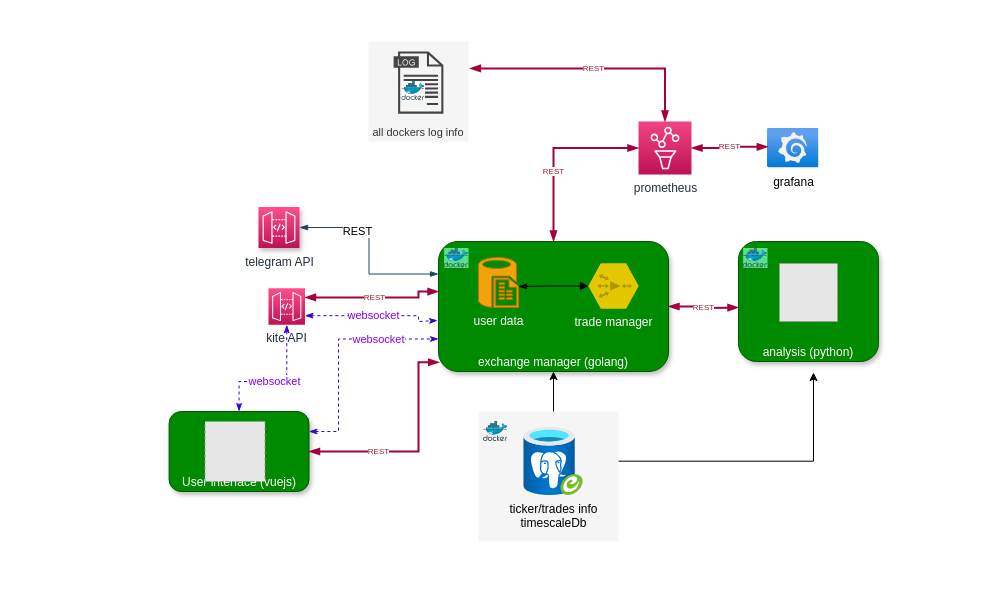
p4r4g/algotrading-arch-doc keeps this draw.io diagram as Sys Arch - APIs.drawio. Above is the earlier version. Source tidied: cells renumbered, new cells numbered last; positions are measured from the earlier drawing's top-left corner, leaving out a move shared by most shapes. Both pictures are drawn from the tidied source at 100%, with x=0, y=0 at pixel (169, 41). Pictures stored in the file or linked from it are replaced by grey dashed boxes.
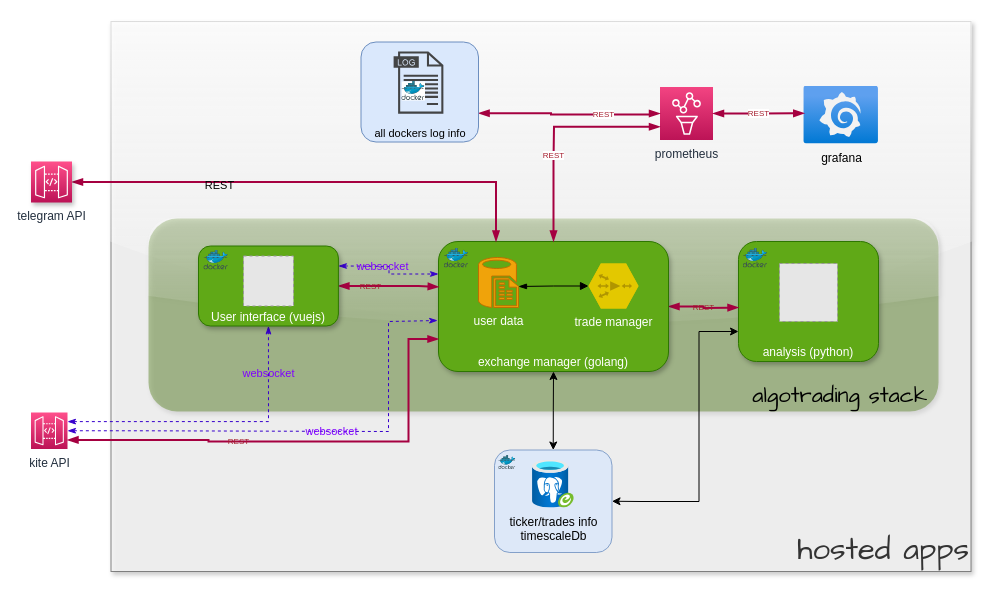
Above is the later version.

Diff of the diagram source:
```diff
@@
-    <mxCell id="2" value="User interface (vuejs)" style="rounded=1;whiteSpace=wrap;html=1;verticalAlign=bottom;strokeColor=#005700;fillColor=#008a00;fontColor=#ffffff;shadow=1;" parent="1" vertex="1">
-      <mxGeometry x="-0.4" y="370" width="139.9" height="80" as="geometry" />
-    </mxCell>
+    <mxCell id="38" value="hosted apps" style="rounded=0;whiteSpace=wrap;html=1;shadow=1;glass=1;sketch=0;strokeColor=#666666;fontFamily=Architects Daughter;fontSize=31;fontColor=#333333;fillColor=#f5f5f5;opacity=80;verticalAlign=bottom;align=right;" parent="1" vertex="1">
+      <mxGeometry x="-58.5" y="-20" width="860" height="550" as="geometry" />
+    </mxCell>
+    <mxCell id="39" value="algotrading stack&amp;nbsp; " style="rounded=1;whiteSpace=wrap;html=1;shadow=1;glass=1;sketch=0;strokeColor=none;fillColor=#4D7C0F;fontColor=default;align=right;verticalAlign=bottom;fontFamily=Architects Daughter;fontSize=22;gradientColor=none;opacity=40;" parent="1" vertex="1">
+      <mxGeometry x="-21" y="177" width="790" height="193" as="geometry" />
+    </mxCell>
-    <mxCell id="3" value="analysis (python)" style="rounded=1;whiteSpace=wrap;html=1;verticalAlign=bottom;strokeColor=#005700;fillColor=#008a00;fontColor=#ffffff;shadow=1;" parent="1" vertex="1">
+    <mxCell id="3" value="analysis (python)" style="rounded=1;whiteSpace=wrap;html=1;verticalAlign=bottom;strokeColor=#2D7600;fillColor=#60a917;shadow=1;fontColor=#ffffff;" parent="1" vertex="1">
       <mxGeometry x="569" y="200" width="140" height="120" as="geometry" />
     </mxCell>
@@
-    <mxCell id="5" value="REST" style="edgeStyle=orthogonalEdgeStyle;rounded=0;jettySize=auto;html=1;entryX=0;entryY=0.5;entryDx=0;entryDy=0;startArrow=blockThin;startFill=1;fillColor=#d80073;strokeColor=#A50040;strokeWidth=2;fontSize=8;fontColor=#a51d2d;endArrow=blockThin;endFill=1;" parent="1" edge="1" source="6">
+    <mxCell id="5" value="REST" style="edgeStyle=orthogonalEdgeStyle;rounded=0;jettySize=auto;html=1;entryX=0;entryY=0.5;entryDx=0;entryDy=0;startArrow=blockThin;startFill=1;fillColor=#d80073;strokeColor=#A50040;strokeWidth=2;fontSize=8;fontColor=#a51d2d;endArrow=blockThin;endFill=1;labelBackgroundColor=none;" parent="1" edge="1" source="6">
       <mxGeometry relative="1" as="geometry">
         <mxPoint x="569" y="266" as="targetPoint" />
       </mxGeometry>
     </mxCell>
-    <mxCell id="6" value="exchange manager (golang)" style="rounded=1;whiteSpace=wrap;html=1;fillColor=#008a00;strokeColor=#005700;verticalAlign=bottom;fontColor=#ffffff;glass=0;shadow=1;" parent="1" vertex="1">
+    <mxCell id="6" value="exchange manager (golang)" style="rounded=1;whiteSpace=wrap;html=1;fillColor=#60a917;strokeColor=#2D7600;verticalAlign=bottom;glass=0;shadow=1;fontColor=#ffffff;" parent="1" vertex="1">
       <mxGeometry x="269" y="200" width="230" height="130" as="geometry" />
     </mxCell>
-    <mxCell id="7" value="websocket" style="edgeStyle=orthogonalEdgeStyle;rounded=0;jettySize=auto;html=1;exitX=0.5;exitY=1;exitDx=0;exitDy=0;exitPerimeter=0;startArrow=classicThin;startFill=1;fillColor=#6a00ff;strokeColor=#3700CC;strokeWidth=1;endArrow=classicThin;endFill=1;fontColor=#7F00FF;entryX=0.5;entryY=0;entryDx=0;entryDy=0;dashed=1;" parent="1" edge="1" source="8" target="2">
-      <mxGeometry x="0.02" relative="1" as="geometry">
+    <mxCell id="7" value="websocket" style="edgeStyle=orthogonalEdgeStyle;rounded=0;jettySize=auto;html=1;exitX=1;exitY=0.25;exitDx=0;exitDy=0;exitPerimeter=0;startArrow=classicThin;startFill=1;fillColor=#6a00ff;strokeColor=#3700CC;strokeWidth=1;endArrow=classicThin;endFill=1;fontColor=#7F00FF;entryX=0.5;entryY=1;entryDx=0;entryDy=0;dashed=1;labelBackgroundColor=none;" parent="1" edge="1" source="8" target="2">
+      <mxGeometry x="0.68" relative="1" as="geometry">
         <Array as="points">
-          <mxPoint x="117" y="340" />
-          <mxPoint x="69" y="340" />
-          <mxPoint x="69" y="370" />
+          <mxPoint x="99" y="380" />
         </Array>
       </mxGeometry>
     </mxCell>
     <mxCell id="8" value="kite API" style="sketch=0;points=[[0,0,0],[0.25,0,0],[0.5,0,0],[0.75,0,0],[1,0,0],[0,1,0],[0.25,1,0],[0.5,1,0],[0.75,1,0],[1,1,0],[0,0.25,0],[0,0.5,0],[0,0.75,0],[1,0.25,0],[1,0.5,0],[1,0.75,0]];outlineConnect=0;fontColor=#232F3E;gradientColor=#FF4F8B;gradientDirection=north;fillColor=#BC1356;strokeColor=#ffffff;dashed=0;verticalLabelPosition=bottom;verticalAlign=top;align=center;html=1;fontSize=12;fontStyle=0;shape=mxgraph.aws4.resourceIcon;resIcon=mxgraph.aws4.api_gateway;" parent="1" vertex="1">
-      <mxGeometry x="99" y="246.8" width="36.5" height="36.5" as="geometry" />
+      <mxGeometry x="-138.5" y="371" width="36.5" height="36.5" as="geometry" />
     </mxCell>
@@
-    <mxCell id="10" value="grafana" style="html=1;points=[];align=center;image;fontSize=12;image=img/lib/azure2/other/Grafana.svg;" parent="1" vertex="1">
-      <mxGeometry x="598" y="86.5" width="51.5" height="40" as="geometry" />
+    <mxCell id="10" value="grafana" style="html=1;points=[];align=center;image;fontSize=12;image=img/lib/azure2/other/Grafana.svg;labelBackgroundColor=none;" parent="1" vertex="1">
+      <mxGeometry x="634.3" y="44.5" width="74.7" height="58" as="geometry" />
     </mxCell>
     <mxCell id="11" value="prometheus" style="sketch=0;points=[[0,0,0],[0.25,0,0],[0.5,0,0],[0.75,0,0],[1,0,0],[0,1,0],[0.25,1,0],[0.5,1,0],[0.75,1,0],[1,1,0],[0,0.25,0],[0,0.5,0],[0,0.75,0],[1,0.25,0],[1,0.5,0],[1,0.75,0]];points=[[0,0,0],[0.25,0,0],[0.5,0,0],[0.75,0,0],[1,0,0],[0,1,0],[0.25,1,0],[0.5,1,0],[0.75,1,0],[1,1,0],[0,0.25,0],[0,0.5,0],[0,0.75,0],[1,0.25,0],[1,0.5,0],[1,0.75,0]];outlineConnect=0;fontColor=#232F3E;gradientColor=#F34482;gradientDirection=north;fillColor=#BC1356;strokeColor=#ffffff;dashed=0;verticalLabelPosition=bottom;verticalAlign=top;align=center;html=1;fontSize=12;fontStyle=0;shape=mxgraph.aws4.resourceIcon;resIcon=mxgraph.aws4.managed_service_for_prometheus;" parent="1" vertex="1">
-      <mxGeometry x="469" y="80" width="53" height="53" as="geometry" />
+      <mxGeometry x="490.5" y="45.5" width="53" height="53" as="geometry" />
     </mxCell>
-    <mxCell id="12" style="edgeStyle=orthogonalEdgeStyle;rounded=0;jettySize=auto;html=1;entryX=0.5;entryY=1;entryDx=0;entryDy=0;startArrow=classic;startFill=1;" parent="1" edge="1" source="23" target="6">
+    <mxCell id="12" style="edgeStyle=orthogonalEdgeStyle;rounded=0;jettySize=auto;html=1;entryX=0.5;entryY=1;entryDx=0;entryDy=0;startArrow=classic;startFill=1;exitX=0.5;exitY=0;exitDx=0;exitDy=0;" parent="1" edge="1" source="22" target="6">
       <mxGeometry relative="1" as="geometry" />
     </mxCell>
-    <mxCell id="13" style="edgeStyle=orthogonalEdgeStyle;rounded=0;jettySize=auto;html=1;entryX=1.033;entryY=0.495;entryDx=0;entryDy=0;entryPerimeter=0;startArrow=classic;startFill=1;exitX=0.5;exitY=1;exitDx=0;exitDy=0;" parent="1" edge="1" target="23">
+    <mxCell id="13" style="edgeStyle=orthogonalEdgeStyle;rounded=0;jettySize=auto;html=1;entryX=1;entryY=0.5;entryDx=0;entryDy=0;startArrow=classic;startFill=1;exitX=0;exitY=0.75;exitDx=0;exitDy=0;" parent="1" edge="1" source="3" target="22">
       <mxGeometry relative="1" as="geometry">
-        <mxPoint x="644" y="331" as="sourcePoint" />
         <Array as="points">
-          <mxPoint x="644" y="420" />
+          <mxPoint x="529.5" y="290" />
+          <mxPoint x="529.5" y="460" />
+          <mxPoint x="471.5" y="460" />
+          <mxPoint x="471.5" y="459" />
         </Array>
       </mxGeometry>
     </mxCell>
-    <mxCell id="14" value="REST" style="edgeStyle=orthogonalEdgeStyle;rounded=0;jettySize=auto;html=1;entryX=0;entryY=0.5;entryDx=0;entryDy=0;startArrow=blockThin;startFill=1;fillColor=#d80073;strokeColor=#A50040;strokeWidth=2;fontSize=8;fontColor=#a51d2d;exitX=0.5;exitY=0;exitDx=0;exitDy=0;entryPerimeter=0;endArrow=blockThin;endFill=1;" parent="1" edge="1" source="6" target="11">
-      <mxGeometry x="-0.22" relative="1" as="geometry" />
+    <mxCell id="14" value="REST" style="edgeStyle=orthogonalEdgeStyle;rounded=0;jettySize=auto;html=1;entryX=0;entryY=0.75;entryDx=0;entryDy=0;startArrow=blockThin;startFill=1;fillColor=#d80073;strokeColor=#A50040;strokeWidth=2;fontSize=8;fontColor=#a51d2d;exitX=0.5;exitY=0;exitDx=0;exitDy=0;entryPerimeter=0;endArrow=blockThin;endFill=1;" parent="1" edge="1" source="6" target="11">
+      <mxGeometry x="-0.22" relative="1" as="geometry">
+        <Array as="points">
+          <mxPoint x="384.5" y="120" />
+          <mxPoint x="384.5" y="120" />
+          <mxPoint x="384.5" y="85" />
+        </Array>
+      </mxGeometry>
     </mxCell>
@@
-    <mxCell id="16" value="REST" style="edgeStyle=orthogonalEdgeStyle;rounded=0;jettySize=auto;html=1;entryX=0.003;entryY=0.929;entryDx=0;entryDy=0;startArrow=blockThin;startFill=1;fillColor=#d80073;strokeColor=#A50040;strokeWidth=2;fontSize=8;fontColor=#a51d2d;endArrow=blockThin;endFill=1;entryPerimeter=0;exitX=1;exitY=0.5;exitDx=0;exitDy=0;" parent="1" edge="1" source="2" target="6">
+    <mxCell id="16" value="REST" style="edgeStyle=orthogonalEdgeStyle;rounded=0;jettySize=auto;html=1;entryX=0.001;entryY=0.349;entryDx=0;entryDy=0;startArrow=blockThin;startFill=1;fillColor=#d80073;strokeColor=#A50040;strokeWidth=2;fontSize=8;fontColor=#a51d2d;endArrow=blockThin;endFill=1;entryPerimeter=0;exitX=1;exitY=0.5;exitDx=0;exitDy=0;labelBackgroundColor=none;" parent="1" edge="1" source="2" target="6">
       <mxGeometry x="-0.37" relative="1" as="geometry">
         <Array as="points">
-          <mxPoint x="249" y="410" />
-          <mxPoint x="249" y="321" />
-          <mxPoint x="270" y="321" />
+          <mxPoint x="249" y="245" />
         </Array>
       </mxGeometry>
     </mxCell>
-    <mxCell id="17" style="sketch=0;html=1;align=center;image;fontSize=12;image=img/lib/mscae/Docker.svg;fontColor=#7F00FF;imageBackground=#57e389;" parent="1" vertex="1">
+    <mxCell id="17" style="sketch=0;html=1;align=center;image;fontSize=12;image=img/lib/mscae/Docker.svg;fontColor=default;imageBackground=none;" parent="1" vertex="1">
       <mxGeometry x="274.6" y="206.5" width="24.4" height="20" as="geometry" />
     </mxCell>
-    <mxCell id="18" value="REST" style="edgeStyle=orthogonalEdgeStyle;rounded=0;jettySize=auto;html=1;entryX=0.5;entryY=0;entryDx=0;entryDy=0;startArrow=blockThin;startFill=1;fillColor=#d80073;strokeColor=#A50040;strokeWidth=2;fontSize=8;fontColor=#a51d2d;entryPerimeter=0;endArrow=blockThin;endFill=1;exitX=1.014;exitY=0.269;exitDx=0;exitDy=0;exitPerimeter=0;" parent="1" edge="1" source="26" target="11">
-      <mxGeometry relative="1" as="geometry" />
+    <mxCell id="18" value="REST" style="edgeStyle=orthogonalEdgeStyle;rounded=0;jettySize=auto;html=1;startArrow=blockThin;startFill=1;fillColor=#d80073;strokeColor=#A50040;strokeWidth=2;fontSize=8;fontColor=#a51d2d;endArrow=blockThin;endFill=1;exitX=1.001;exitY=0.713;exitDx=0;exitDy=0;exitPerimeter=0;entryX=0;entryY=0.5;entryDx=0;entryDy=0;entryPerimeter=0;" parent="1" edge="1" source="26" target="11">
+      <mxGeometry x="0.37" relative="1" as="geometry">
+        <Array as="points">
+          <mxPoint x="381.5" y="71" />
+          <mxPoint x="381.5" y="73" />
+          <mxPoint x="481.5" y="73" />
+          <mxPoint x="481.5" y="72" />
+        </Array>
+      </mxGeometry>
     </mxCell>
-    <mxCell id="19" style="edgeStyle=orthogonalEdgeStyle;rounded=0;jettySize=auto;html=1;entryX=0;entryY=0.25;entryDx=0;entryDy=0;strokeWidth=1;fontSize=8;fontColor=default;startArrow=blockThin;startFill=1;endArrow=blockThin;endFill=1;fillColor=#bac8d3;strokeColor=#23445d;" parent="1" edge="1" source="37" target="6">
-      <mxGeometry relative="1" as="geometry" />
+    <mxCell id="19" style="edgeStyle=orthogonalEdgeStyle;rounded=0;jettySize=auto;html=1;entryX=0.25;entryY=0;entryDx=0;entryDy=0;strokeWidth=2;fontSize=8;fontColor=#a51d2d;startArrow=blockThin;startFill=1;endArrow=blockThin;endFill=1;fillColor=#d80073;strokeColor=#A50040;exitX=1;exitY=0.5;exitDx=0;exitDy=0;exitPerimeter=0;labelBackgroundColor=none;" parent="1" edge="1" source="37" target="6">
+      <mxGeometry relative="1" as="geometry">
+        <Array as="points">
+          <mxPoint x="327" y="140" />
+        </Array>
+      </mxGeometry>
     </mxCell>
-    <mxCell id="20" value="REST" style="edgeLabel;html=1;align=center;verticalAlign=middle;fontColor=default;" parent="19" vertex="1">
+    <mxCell id="20" value="REST" style="edgeLabel;html=1;align=center;verticalAlign=middle;fontColor=default;labelBackgroundColor=none;" parent="19" vertex="1">
       <mxGeometry x="-0.39" y="-3" relative="1" as="geometry" />
     </mxCell>
-    <mxCell id="21" style="group;" parent="1" vertex="1">
-      <mxGeometry x="309" y="370" width="140" height="130" as="geometry" />
-    </mxCell>
-    <mxCell id="22" style="rounded=0;whiteSpace=wrap;html=1;fillColor=#f5f5f5;strokeColor=none;fontColor=#333333;verticalAlign=bottom;" parent="21" vertex="1">
-      <mxGeometry width="140" height="130" as="geometry" />
-    </mxCell>
-    <mxCell id="23" value="&lt;div&gt;ticker/trades info&lt;br&gt;&lt;/div&gt;&lt;div&gt;timescaleDb&lt;/div&gt;" style="html=1;points=[];align=center;image;fontSize=12;image=img/lib/azure2/databases/Azure_Database_PostgreSQL_Server_Group.svg;labelBackgroundColor=none;" parent="21" vertex="1">
-      <mxGeometry x="45" y="16" width="60" height="68" as="geometry" />
-    </mxCell>
-    <mxCell id="24" style="sketch=0;html=1;align=center;image;fontSize=12;image=img/lib/mscae/Docker.svg;fontColor=#7F00FF;" parent="21" vertex="1">
-      <mxGeometry x="5" y="10" width="24.4" height="20" as="geometry" />
-    </mxCell>
-    <mxCell id="25" style="group;fillColor=default;strokeColor=none;" parent="1" vertex="1">
-      <mxGeometry x="199" width="100" height="100" as="geometry" />
-    </mxCell>
-    <mxCell id="26" value="all dockers log info" style="rounded=0;whiteSpace=wrap;html=1;fontSize=11;verticalAlign=bottom;fillColor=#f5f5f5;fontColor=#333333;strokeColor=none;" parent="25" vertex="1">
-      <mxGeometry width="100" height="100" as="geometry" />
-    </mxCell>
-    <mxCell id="27" style="sketch=0;shadow=0;dashed=0;html=1;strokeColor=none;fillColor=#434445;labelPosition=center;verticalLabelPosition=bottom;verticalAlign=top;align=center;shape=mxgraph.vvd.log_files;fontSize=8;fontColor=#7F00FF;" parent="25" vertex="1">
-      <mxGeometry x="25.1" y="10" width="49.8" height="62.2" as="geometry" />
-    </mxCell>
-    <mxCell id="28" style="sketch=0;html=1;align=center;image;fontSize=12;image=img/lib/mscae/Docker.svg;fontColor=default;labelBackgroundColor=none;labelBorderColor=none;imageBackground=#FFFFFF;" parent="25" vertex="1">
-      <mxGeometry x="33.3" y="40" width="23.2" height="19" as="geometry" />
-    </mxCell>
-    <mxCell id="29" value="websocket" style="edgeStyle=orthogonalEdgeStyle;rounded=0;jettySize=auto;html=1;exitX=1;exitY=0.75;exitDx=0;exitDy=0;exitPerimeter=0;startArrow=classicThin;startFill=1;fillColor=#6a00ff;strokeColor=#3700CC;strokeWidth=1;endArrow=classicThin;endFill=1;fontColor=#7F00FF;entryX=-0.004;entryY=0.608;entryDx=0;entryDy=0;entryPerimeter=0;dashed=1;" parent="1" edge="1" source="8" target="6">
-      <mxGeometry relative="1" as="geometry">
+    <mxCell id="29" value="websocket" style="edgeStyle=orthogonalEdgeStyle;rounded=0;jettySize=auto;html=1;exitX=1;exitY=0.5;exitDx=0;exitDy=0;exitPerimeter=0;startArrow=classicThin;startFill=1;fillColor=#6a00ff;strokeColor=#3700CC;strokeWidth=1;endArrow=classicThin;endFill=1;fontColor=#7F00FF;entryX=-0.004;entryY=0.608;entryDx=0;entryDy=0;entryPerimeter=0;dashed=1;labelBackgroundColor=none;" parent="1" edge="1" source="8" target="6">
+      <mxGeometry x="0.1" relative="1" as="geometry">
         <Array as="points">
-          <mxPoint x="249" y="274" />
-          <mxPoint x="249" y="280" />
+          <mxPoint x="-24" y="390" />
+          <mxPoint x="219" y="390" />
+          <mxPoint x="219" y="280" />
           <mxPoint x="268" y="280" />
         </Array>
       </mxGeometry>
     </mxCell>
-    <mxCell id="30" value="websocket" style="edgeStyle=orthogonalEdgeStyle;rounded=0;jettySize=auto;html=1;startArrow=classicThin;startFill=1;fillColor=#6a00ff;strokeColor=#3700CC;strokeWidth=1;endArrow=classicThin;endFill=1;fontColor=#7F00FF;entryX=0;entryY=0.75;entryDx=0;entryDy=0;dashed=1;exitX=1;exitY=0.25;exitDx=0;exitDy=0;" parent="1" edge="1" source="2" target="6">
-      <mxGeometry x="0.46" relative="1" as="geometry">
+    <mxCell id="30" value="websocket" style="edgeStyle=orthogonalEdgeStyle;rounded=0;jettySize=auto;html=1;startArrow=classicThin;startFill=1;fillColor=#6a00ff;strokeColor=#3700CC;strokeWidth=1;endArrow=classicThin;endFill=1;fontColor=#7F00FF;entryX=0;entryY=0.25;entryDx=0;entryDy=0;dashed=1;exitX=1;exitY=0.25;exitDx=0;exitDy=0;labelBackgroundColor=none;" parent="1" edge="1" source="2" target="6">
+      <mxGeometry x="-0.19" relative="1" as="geometry">
         <Array as="points">
-          <mxPoint x="169" y="390" />
-          <mxPoint x="169" y="298" />
+          <mxPoint x="179.5" y="225" />
+          <mxPoint x="219.5" y="225" />
+          <mxPoint x="219.5" y="233" />
         </Array>
       </mxGeometry>
     </mxCell>
-    <mxCell id="31" value="REST" style="edgeStyle=orthogonalEdgeStyle;rounded=0;jettySize=auto;html=1;entryX=0;entryY=0.385;entryDx=0;entryDy=0;startArrow=blockThin;startFill=1;fillColor=#d80073;strokeColor=#A50040;strokeWidth=2;fontSize=8;fontColor=#a51d2d;endArrow=blockThin;endFill=1;entryPerimeter=0;exitX=1;exitY=0.25;exitDx=0;exitDy=0;exitPerimeter=0;" parent="1" edge="1" source="8" target="6">
-      <mxGeometry relative="1" as="geometry">
+    <mxCell id="31" value="REST" style="edgeStyle=orthogonalEdgeStyle;rounded=0;jettySize=auto;html=1;entryX=0;entryY=0.75;entryDx=0;entryDy=0;startArrow=blockThin;startFill=1;fillColor=#d80073;strokeColor=#A50040;strokeWidth=2;fontSize=8;fontColor=#a51d2d;endArrow=blockThin;endFill=1;exitX=1;exitY=0.75;exitDx=0;exitDy=0;exitPerimeter=0;labelBackgroundColor=none;" parent="1" edge="1" source="8" target="6">
+      <mxGeometry x="-0.27" relative="1" as="geometry">
         <Array as="points">
-          <mxPoint x="249" y="256" />
-          <mxPoint x="249" y="250" />
+          <mxPoint x="39" y="398" />
+          <mxPoint x="39" y="400" />
+          <mxPoint x="239" y="400" />
+          <mxPoint x="239" y="297" />
         </Array>
       </mxGeometry>
     </mxCell>
@@
-    <mxCell id="34" style="sketch=0;html=1;align=center;image;fontSize=12;image=img/lib/mscae/Docker.svg;fontColor=#7F00FF;imageBackground=#57e389;" parent="1" vertex="1">
+    <mxCell id="34" style="sketch=0;html=1;align=center;image;fontSize=12;image=img/lib/mscae/Docker.svg;fontColor=#7F00FF;imageBackground=none;labelBackgroundColor=default;" parent="1" vertex="1">
       <mxGeometry x="573.6" y="206.5" width="24.4" height="20" as="geometry" />
     </mxCell>
@@
+    <mxCell id="37" value="telegram API" style="sketch=0;points=[[0,0,0],[0.25,0,0],[0.5,0,0],[0.75,0,0],[1,0,0],[0,1,0],[0.25,1,0],[0.5,1,0],[0.75,1,0],[1,1,0],[0,0.25,0],[0,0.5,0],[0,0.75,0],[1,0.25,0],[1,0.5,0],[1,0.75,0]];outlineConnect=0;fontColor=#232F3E;gradientColor=#FF4F8B;gradientDirection=north;fillColor=#BC1356;strokeColor=#ffffff;dashed=0;verticalLabelPosition=bottom;verticalAlign=top;align=center;html=1;fontSize=12;fontStyle=0;shape=mxgraph.aws4.resourceIcon;resIcon=mxgraph.aws4.api_gateway;rounded=1;shadow=1;glass=0;" parent="1" vertex="1">
+      <mxGeometry x="-138.5" y="120" width="41" height="41" as="geometry" />
+    </mxCell>
+    <mxCell id="40" style="group;" parent="1" vertex="1">
+      <mxGeometry x="29" y="204.5" width="720" height="160" as="geometry" />
+    </mxCell>
+    <mxCell id="2" value="User interface (vuejs)" style="rounded=1;whiteSpace=wrap;html=1;verticalAlign=bottom;strokeColor=#2D7600;fillColor=#60a917;shadow=1;fontColor=#ffffff;" parent="40" vertex="1">
+      <mxGeometry width="139.9" height="80" as="geometry" />
+    </mxCell>
-    <mxCell id="36" style="fillColor=#E6E6E6;strokeColor=#999999;dashed=1;html=1;verticalAlign=top;verticalLabelPosition=bottom;labelBackgroundColor=#ffffff;fontColor=#FFFFFF;" parent="1" vertex="1">
-      <mxGeometry x="35.5" y="380" width="60" height="60" as="geometry" />
+    <mxCell id="36" style="fillColor=#E6E6E6;strokeColor=#999999;dashed=1;html=1;verticalAlign=top;verticalLabelPosition=bottom;labelBackgroundColor=#ffffff;fontColor=#FFFFFF;" parent="40" vertex="1">
+      <mxGeometry x="45" y="10" width="50" height="50" as="geometry" />
     </mxCell>
-    <mxCell id="37" value="telegram API" style="sketch=0;points=[[0,0,0],[0.25,0,0],[0.5,0,0],[0.75,0,0],[1,0,0],[0,1,0],[0.25,1,0],[0.5,1,0],[0.75,1,0],[1,1,0],[0,0.25,0],[0,0.5,0],[0,0.75,0],[1,0.25,0],[1,0.5,0],[1,0.75,0]];outlineConnect=0;fontColor=#232F3E;gradientColor=#FF4F8B;gradientDirection=north;fillColor=#BC1356;strokeColor=#ffffff;dashed=0;verticalLabelPosition=bottom;verticalAlign=top;align=center;html=1;fontSize=12;fontStyle=0;shape=mxgraph.aws4.resourceIcon;resIcon=mxgraph.aws4.api_gateway;rounded=1;shadow=1;glass=0;" parent="1" vertex="1">
-      <mxGeometry x="89" y="165.5" width="41" height="41" as="geometry" />
-    </mxCell>
+    <mxCell id="41" style="sketch=0;html=1;align=center;image;fontSize=12;image=img/lib/mscae/Docker.svg;fontColor=#7F00FF;imageBackground=none;" parent="40" vertex="1">
+      <mxGeometry x="5.4" y="4" width="24.4" height="20" as="geometry" />
+    </mxCell>
+    <mxCell id="42" style="group;" parent="1" vertex="1">
+      <mxGeometry x="325" y="408.5" width="117.5" height="102.5" as="geometry" />
+    </mxCell>
+    <mxCell id="22" style="rounded=1;whiteSpace=wrap;html=1;fillColor=#dae8fc;strokeColor=#6c8ebf;verticalAlign=bottom;opacity=80;" parent="42" vertex="1">
+      <mxGeometry width="117.5" height="102.5" as="geometry" />
+    </mxCell>
+    <mxCell id="23" value="&lt;div&gt;ticker/trades info&lt;br&gt;&lt;/div&gt;&lt;div&gt;timescaleDb&lt;/div&gt;" style="html=1;points=[];align=center;image;fontSize=12;image=img/lib/azure2/databases/Azure_Database_PostgreSQL_Server_Group.svg;labelBackgroundColor=none;" parent="42" vertex="1">
+      <mxGeometry x="37.8" y="10.2" width="42.1" height="47.8" as="geometry" />
+    </mxCell>
+    <mxCell id="24" style="sketch=0;html=1;align=center;image;fontSize=12;image=img/lib/mscae/Docker.svg;fontColor=#7F00FF;" parent="42" vertex="1">
+      <mxGeometry x="4.2" y="5.5" width="17.1" height="14" as="geometry" />
+    </mxCell>
+    <mxCell id="26" value="all dockers log info" style="rounded=1;whiteSpace=wrap;html=1;fontSize=11;verticalAlign=bottom;fillColor=#dae8fc;strokeColor=#6c8ebf;" parent="1" vertex="1">
+      <mxGeometry x="191.5" y="0.5" width="117.5" height="100" as="geometry" />
+    </mxCell>
+    <mxCell id="27" style="sketch=0;shadow=0;dashed=0;html=1;strokeColor=none;fillColor=#434445;labelPosition=center;verticalLabelPosition=bottom;verticalAlign=top;align=center;shape=mxgraph.vvd.log_files;fontSize=8;fontColor=#7F00FF;" parent="1" vertex="1">
+      <mxGeometry x="224.1" y="10" width="49.8" height="62.2" as="geometry" />
+    </mxCell>
+    <mxCell id="28" style="sketch=0;html=1;align=center;image;fontSize=12;image=img/lib/mscae/Docker.svg;fontColor=default;labelBackgroundColor=none;labelBorderColor=none;imageBackground=#FFFFFF;" parent="1" vertex="1">
+      <mxGeometry x="232.3" y="40" width="23.2" height="19" as="geometry" />
+    </mxCell>
```
